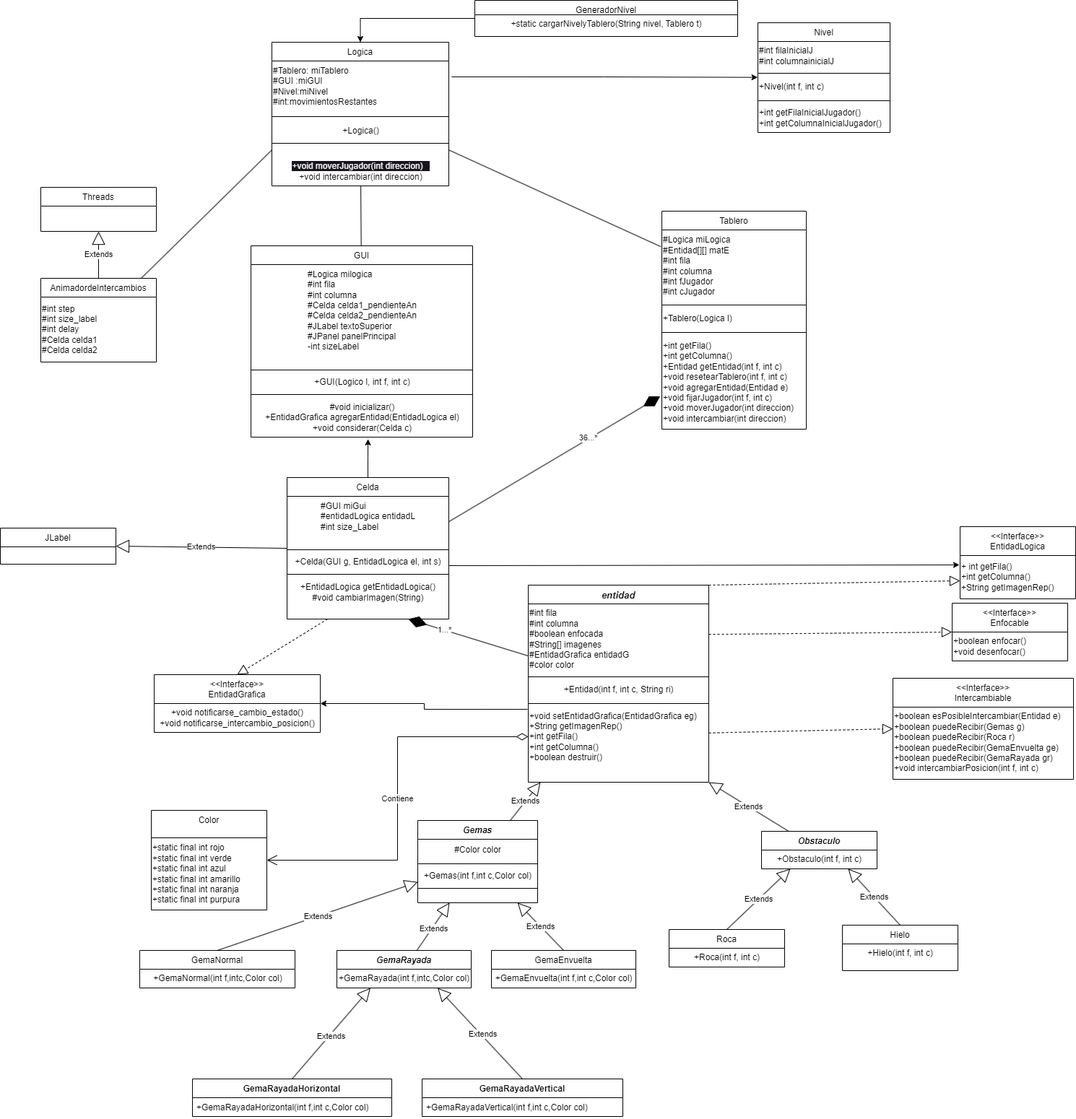
The draw.io diagram Diagrama/Extendido/Diagrama_Extendido_Candy_CrushV1.drawio.png in Brunitoa10/Candy_Crush_Gemas, before a commit. Source tidied: cells renumbered, new cells last; positions are measured from the earlier drawing's top-left corner, leaving out a move shared by most shapes.
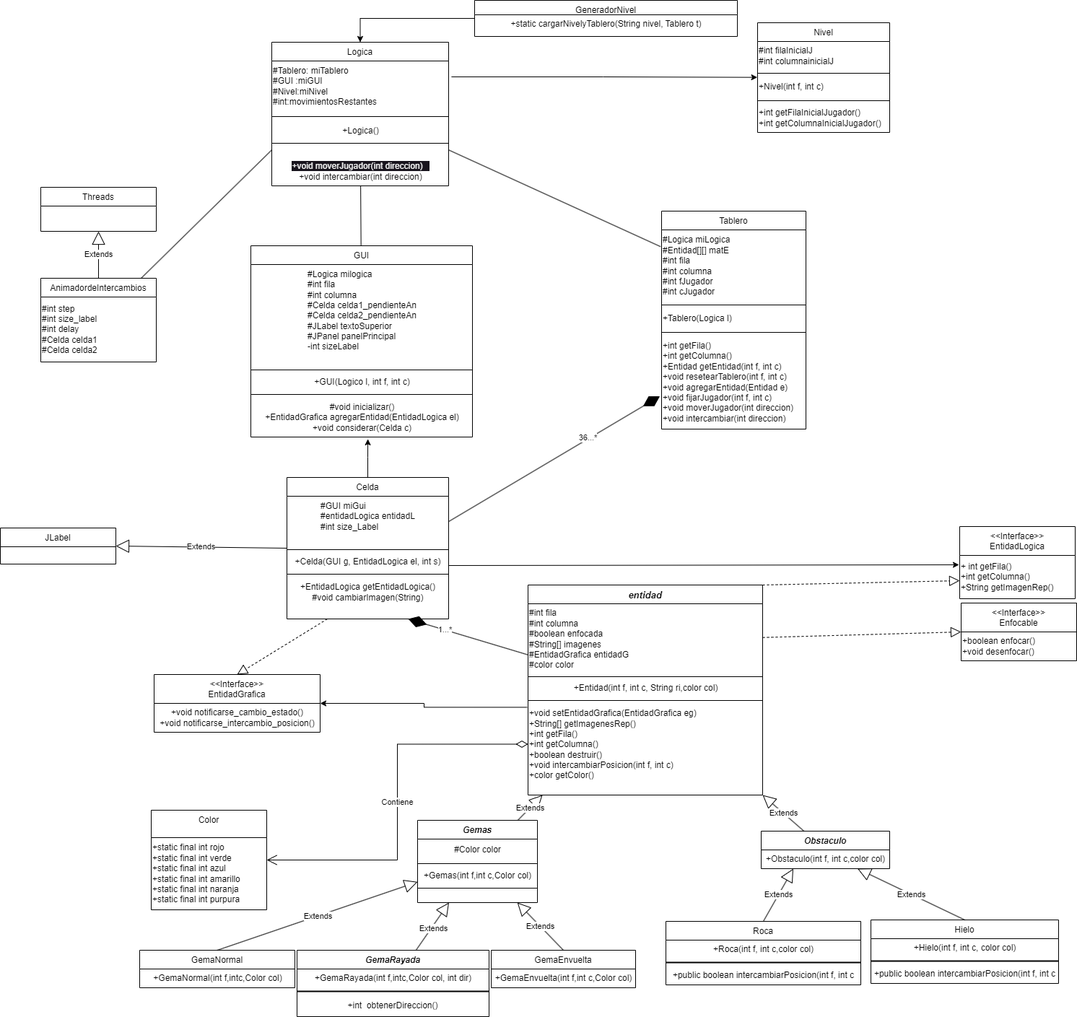
The same diagram one commit later.

What changed in the source:
```diff
@@ -84,11 +84,17 @@
       <mxGeometry y="172" width="200" height="130" as="geometry" />
     </mxCell>
     <mxCell id="29" value="GemaRayada" style="swimlane;fontStyle=3;align=center;verticalAlign=top;horizontal=1;startSize=26;rounded=0;shadow=0;strokeWidth=1;" parent="1" vertex="1">
-      <mxGeometry x="466" y="1316" width="186" height="52" as="geometry" />
+      <mxGeometry x="411" y="1316" width="266" height="92" as="geometry" />
     </mxCell>
-    <mxCell id="30" value="+GemaRayada(int f,intc,Color col)" style="text;html=1;align=center;verticalAlign=middle;strokeColor=none;fillColor=none;" parent="29" vertex="1">
-      <mxGeometry y="26" width="186" height="26" as="geometry" />
+    <mxCell id="30" value="+GemaRayada(int f,intc,Color col, int dir)" style="text;html=1;align=center;verticalAlign=middle;strokeColor=none;fillColor=none;" parent="29" vertex="1">
+      <mxGeometry y="26" width="266" height="26" as="geometry" />
     </mxCell>
+    <mxCell id="106" style="line;strokeWidth=2;html=1;" parent="29" vertex="1">
+      <mxGeometry y="52" width="266" height="10" as="geometry" />
+    </mxCell>
+    <mxCell id="107" value="+int&amp;nbsp; obtenerDireccion()" style="text;html=1;strokeColor=none;fillColor=none;align=center;verticalAlign=middle;whiteSpace=wrap;rounded=0;" parent="29" vertex="1">
+      <mxGeometry y="62" width="266" height="30" as="geometry" />
+    </mxCell>
     <mxCell id="31" value="GemaNormal" style="swimlane;fontStyle=0;align=center;verticalAlign=top;horizontal=1;startSize=26;rounded=0;shadow=0;strokeWidth=1;" parent="1" vertex="1">
       <mxGeometry x="193" y="1316" width="215" height="52" as="geometry" />
     </mxCell>
@@ -105,28 +111,28 @@
       <mxGeometry relative="1" as="geometry" />
     </mxCell>
     <mxCell id="36" value="entidad" style="swimlane;fontStyle=3;align=center;verticalAlign=top;horizontal=1;startSize=26;rounded=0;shadow=0;strokeWidth=1;fontSize=13;" parent="1" vertex="1">
-      <mxGeometry x="731" y="810" width="250" height="273" as="geometry" />
+      <mxGeometry x="731" y="810" width="325" height="291" as="geometry" />
     </mxCell>
     <mxCell id="37" value="#int fila&lt;br&gt;#int columna&lt;br&gt;#boolean enfocada&lt;br&gt;#String[] imagenes&lt;br&gt;#EntidadGrafica entidadG&lt;br&gt;#color color" style="text;html=1;align=left;verticalAlign=middle;strokeColor=none;fillColor=none;" parent="36" vertex="1">
-      <mxGeometry y="26" width="250" height="98" as="geometry" />
+      <mxGeometry y="26" width="325" height="98" as="geometry" />
     </mxCell>
     <mxCell id="38" style="line;strokeWidth=1;fillColor=none;align=left;verticalAlign=middle;spacingTop=-1;spacingLeft=3;spacingRight=3;labelPosition=right;strokeColor=inherit;" parent="36" vertex="1">
-      <mxGeometry y="124" width="250" height="6" as="geometry" />
+      <mxGeometry y="124" width="325" height="6" as="geometry" />
     </mxCell>
-    <mxCell id="39" value="+Entidad(int f, int c, String ri)" style="text;html=1;align=center;verticalAlign=middle;strokeColor=none;fillColor=none;" parent="36" vertex="1">
-      <mxGeometry y="130" width="250" height="30" as="geometry" />
+    <mxCell id="39" value="+Entidad(int f, int c, String ri,color col)" style="text;html=1;align=center;verticalAlign=middle;strokeColor=none;fillColor=none;" parent="36" vertex="1">
+      <mxGeometry y="130" width="325" height="26" as="geometry" />
     </mxCell>
     <mxCell id="40" style="line;strokeWidth=1;fillColor=none;align=left;verticalAlign=middle;spacingTop=-1;spacingLeft=3;spacingRight=3;labelPosition=right;strokeColor=inherit;" parent="36" vertex="1">
-      <mxGeometry y="160" width="250" height="8" as="geometry" />
+      <mxGeometry y="156" width="325" height="8" as="geometry" />
     </mxCell>
-    <mxCell id="41" value="+void setEntidadGrafica(EntidadGrafica eg)&lt;br&gt;+String getImagenRep()&lt;br&gt;+int getFila()&lt;br&gt;+int getColumna()&lt;br&gt;+boolean destruir()" style="text;html=1;align=left;verticalAlign=middle;points=[];strokeColor=none;fillColor=none;" parent="36" vertex="1">
-      <mxGeometry y="168" width="250" height="84" as="geometry" />
+    <mxCell id="41" value="+void setEntidadGrafica(EntidadGrafica eg)&lt;br&gt;+String[] getImagenesRep()&lt;br&gt;+int getFila()&lt;br&gt;+int getColumna()&lt;br&gt;+boolean destruir()&lt;br&gt;+void intercambiarPosicion(int f, int c)&lt;br&gt;+color getColor()" style="text;html=1;align=left;verticalAlign=middle;points=[];strokeColor=none;fillColor=none;" parent="36" vertex="1">
+      <mxGeometry y="164" width="325" height="113" as="geometry" />
     </mxCell>
     <mxCell id="42" value="Obstaculo" style="swimlane;fontStyle=3;align=center;verticalAlign=top;horizontal=1;startSize=26;rounded=0;shadow=0;strokeWidth=1;" parent="1" vertex="1">
-      <mxGeometry x="1054" y="1151" width="160" height="52" as="geometry" />
+      <mxGeometry x="1054" y="1151" width="178" height="52" as="geometry" />
     </mxCell>
-    <mxCell id="43" value="+Obstaculo(int f, int c)" style="text;html=1;align=center;verticalAlign=middle;strokeColor=none;fillColor=none;" parent="42" vertex="1">
-      <mxGeometry y="26" width="160" height="26" as="geometry" />
+    <mxCell id="43" value="+Obstaculo(int f, int c,color col)" style="text;html=1;align=center;verticalAlign=middle;strokeColor=none;fillColor=none;" parent="42" vertex="1">
+      <mxGeometry y="26" width="178" height="26" as="geometry" />
     </mxCell>
     <mxCell id="44" style="endArrow=diamondThin;endFill=1;endSize=24;html=1;rounded=0;exitX=1.002;exitY=0.498;exitDx=0;exitDy=0;entryX=-0.012;entryY=0.65;entryDx=0;entryDy=0;entryPerimeter=0;exitPerimeter=0;" parent="1" edge="1" source="18" target="28">
       <mxGeometry relative="1" as="geometry" />
@@ -156,17 +162,29 @@
       <mxGeometry y="38" width="160" height="100" as="geometry" />
     </mxCell>
     <mxCell id="53" value="Roca" style="swimlane;fontStyle=0;align=center;verticalAlign=top;horizontal=1;startSize=26;rounded=0;shadow=0;strokeWidth=1;" parent="1" vertex="1">
-      <mxGeometry x="926" y="1287" width="160" height="52" as="geometry" />
+      <mxGeometry x="922" y="1276" width="270" height="88" as="geometry" />
     </mxCell>
-    <mxCell id="54" value="+Roca(int f, int c)" style="text;html=1;align=center;verticalAlign=middle;strokeColor=none;fillColor=none;" parent="53" vertex="1">
-      <mxGeometry y="26" width="160" height="26" as="geometry" />
+    <mxCell id="54" value="+Roca(int f, int c,color col)" style="text;html=1;align=center;verticalAlign=middle;strokeColor=none;fillColor=none;" parent="53" vertex="1">
+      <mxGeometry y="26" width="270" height="26" as="geometry" />
     </mxCell>
+    <mxCell id="108" style="line;strokeWidth=2;html=1;" parent="53" vertex="1">
+      <mxGeometry y="52" width="270" height="10" as="geometry" />
+    </mxCell>
+    <mxCell id="109" value="+public boolean intercambiarPosicion(int f, int c" style="text;html=1;align=center;verticalAlign=middle;strokeColor=none;fillColor=none;" parent="53" vertex="1">
+      <mxGeometry y="62" width="270" height="26" as="geometry" />
+    </mxCell>
     <mxCell id="55" value="Hielo" style="swimlane;fontStyle=0;align=center;verticalAlign=top;horizontal=1;startSize=26;rounded=0;shadow=0;strokeWidth=1;" parent="1" vertex="1">
-      <mxGeometry x="1166" y="1281" width="160" height="63" as="geometry" />
+      <mxGeometry x="1206" y="1274" width="260" height="88" as="geometry" />
     </mxCell>
-    <mxCell id="56" value="+Hielo(int f, int c)" style="text;html=1;align=center;verticalAlign=middle;strokeColor=none;fillColor=none;" parent="55" vertex="1">
-      <mxGeometry y="26" width="160" height="26" as="geometry" />
+    <mxCell id="56" value="+Hielo(int f, int c, color col)" style="text;html=1;align=center;verticalAlign=middle;strokeColor=none;fillColor=none;" parent="55" vertex="1">
+      <mxGeometry y="26" width="260" height="26" as="geometry" />
     </mxCell>
+    <mxCell id="110" style="line;strokeWidth=2;html=1;" parent="55" vertex="1">
+      <mxGeometry y="52" width="260" height="10" as="geometry" />
+    </mxCell>
+    <mxCell id="111" value="+public boolean intercambiarPosicion(int f, int c" style="text;html=1;align=center;verticalAlign=middle;strokeColor=none;fillColor=none;" parent="55" vertex="1">
+      <mxGeometry y="62" width="260" height="26" as="geometry" />
+    </mxCell>
     <mxCell id="57" value="Contiene" style="endArrow=open;html=1;endSize=12;startArrow=diamondThin;startSize=14;startFill=0;edgeStyle=orthogonalEdgeStyle;rounded=0;entryX=1;entryY=0.5;entryDx=0;entryDy=0;" parent="1" edge="1" source="41" target="51">
       <mxGeometry relative="1" as="geometry" />
     </mxCell>
@@ -242,14 +260,8 @@
     <mxCell id="81" value="+void notificarse_cambio_estado()&lt;br&gt;+void notificarse_intercambio_posicion()" style="text;html=1;align=center;verticalAlign=middle;strokeColor=none;fillColor=none;" parent="80" vertex="1">
       <mxGeometry y="40" width="230" height="40" as="geometry" />
     </mxCell>
-    <mxCell id="82" value="&lt;&lt;Interface&gt;&gt;&#10;Intercambiable" style="swimlane;fontStyle=0;align=center;verticalAlign=top;horizontal=1;startSize=40;rounded=0;shadow=0;strokeWidth=1;" parent="1" vertex="1">
-      <mxGeometry x="1236" y="939" width="250" height="140" as="geometry" />
-    </mxCell>
-    <mxCell id="83" value="+boolean esPosibleIntercambiar(Entidad e)&lt;br&gt;+boolean puedeRecibir(Gemas g)&lt;br&gt;+boolean puedeRecibir(Roca r)&lt;br&gt;+boolean puedeRecibir(GemaEnvuelta ge)&lt;br&gt;+boolean puedeRecibir(GemaRayada gr)&lt;br&gt;+void intercambiarPosicion(int f, int c)" style="text;html=1;align=left;verticalAlign=middle;strokeColor=none;fillColor=none;" parent="82" vertex="1">
-      <mxGeometry y="40" width="250" height="98" as="geometry" />
-    </mxCell>
     <mxCell id="84" value="&lt;&lt;Interface&gt;&gt;&#10;Enfocable" style="swimlane;fontStyle=0;align=center;verticalAlign=top;horizontal=1;startSize=40;rounded=0;shadow=0;strokeWidth=1;" parent="1" vertex="1">
-      <mxGeometry x="1318" y="835" width="160" height="80" as="geometry" />
+      <mxGeometry x="1331" y="835" width="160" height="80" as="geometry" />
     </mxCell>
     <mxCell id="85" value="+boolean enfocar()&lt;br&gt;+void desenfocar()" style="text;html=1;align=left;verticalAlign=middle;strokeColor=none;fillColor=none;" parent="84" vertex="1">
       <mxGeometry y="40" width="160" height="40" as="geometry" />
@@ -257,9 +269,6 @@
     <mxCell id="86" style="endArrow=block;dashed=1;endFill=0;endSize=12;html=1;rounded=0;entryX=0;entryY=0.5;entryDx=0;entryDy=0;exitX=1;exitY=0.25;exitDx=0;exitDy=0;" parent="1" edge="1" source="36" target="84">
       <mxGeometry relative="1" as="geometry" />
     </mxCell>
-    <mxCell id="87" style="endArrow=block;dashed=1;endFill=0;endSize=12;html=1;rounded=0;entryX=0;entryY=0.5;entryDx=0;entryDy=0;exitX=1;exitY=0.75;exitDx=0;exitDy=0;" parent="1" edge="1" source="36" target="82">
-      <mxGeometry relative="1" as="geometry" />
-    </mxCell>
     <mxCell id="88" value="&lt;&lt;Interface&gt;&gt;&#10;EntidadLogica" style="swimlane;fontStyle=0;align=center;verticalAlign=top;horizontal=1;startSize=40;rounded=0;shadow=0;strokeWidth=1;" parent="1" vertex="1">
       <mxGeometry x="1329" y="729" width="160" height="100" as="geometry" />
     </mxCell>
@@ -284,30 +293,6 @@
     <mxCell id="95" style="endArrow=block;dashed=1;endFill=0;endSize=12;html=1;rounded=0;exitX=0.25;exitY=1;exitDx=0;exitDy=0;entryX=0.5;entryY=0;entryDx=0;entryDy=0;" parent="1" edge="1" source="17" target="80">
       <mxGeometry relative="1" as="geometry" />
     </mxCell>
-    <mxCell id="96" value="GemaRayadaHorizontal" style="swimlane;fontStyle=1;align=center;verticalAlign=top;horizontal=1;startSize=26;whiteSpace=wrap;html=1;" parent="1" vertex="1">
-      <mxGeometry x="266" y="1494" width="276" height="52" as="geometry" />
-    </mxCell>
-    <mxCell id="97" value="+GemaRayadaHorizontal(int f,int c,Color col)" style="text;strokeColor=none;fillColor=none;align=left;verticalAlign=top;spacingLeft=4;spacingRight=4;overflow=hidden;whiteSpace=wrap;html=1;" parent="96" vertex="1">
-      <mxGeometry y="26" width="276" height="26" as="geometry" />
-    </mxCell>
-    <mxCell id="98" value="GemaRayadaVertical" style="swimlane;fontStyle=1;align=center;verticalAlign=top;horizontal=1;startSize=26;whiteSpace=wrap;html=1;" parent="1" vertex="1">
-      <mxGeometry x="584" y="1494" width="278" height="52" as="geometry" />
-    </mxCell>
-    <mxCell id="99" value="+GemaRayadaVertical(int f,int c,Color col)" style="text;strokeColor=none;fillColor=none;align=left;verticalAlign=top;spacingLeft=4;spacingRight=4;overflow=hidden;whiteSpace=wrap;html=1;" parent="98" vertex="1">
-      <mxGeometry y="26" width="278" height="26" as="geometry" />
-    </mxCell>
-    <mxCell id="100" style="endArrow=block;endSize=16;endFill=0;html=1;rounded=0;entryX=0.75;entryY=1;entryDx=0;entryDy=0;exitX=0.5;exitY=0;exitDx=0;exitDy=0;" parent="1" edge="1" source="98" target="29">
-      <mxGeometry relative="1" as="geometry" />
-    </mxCell>
-    <mxCell id="101" value="Extends" style="edgeLabel;html=1;align=center;verticalAlign=middle;" parent="100" vertex="1">
-      <mxGeometry x="-0.04" y="-2" relative="1" as="geometry" />
-    </mxCell>
-    <mxCell id="102" style="endArrow=block;endSize=16;endFill=0;html=1;rounded=0;entryX=0.25;entryY=1;entryDx=0;entryDy=0;exitX=0.5;exitY=0;exitDx=0;exitDy=0;" parent="1" edge="1" source="96" target="29">
-      <mxGeometry relative="1" as="geometry" />
-    </mxCell>
-    <mxCell id="103" value="Extends" style="edgeLabel;html=1;align=center;verticalAlign=middle;" parent="102" vertex="1">
-      <mxGeometry x="-0.04" y="-2" relative="1" as="geometry" />
-    </mxCell>
     <mxCell id="104" style="edgeStyle=orthogonalEdgeStyle;rounded=0;jettySize=auto;html=1;entryX=-0.002;entryY=0.056;entryDx=0;entryDy=0;entryPerimeter=0;exitX=1.016;exitY=0.314;exitDx=0;exitDy=0;exitPerimeter=0;" parent="1" edge="1" source="3" target="77">
       <mxGeometry relative="1" as="geometry" />
     </mxCell>
```
